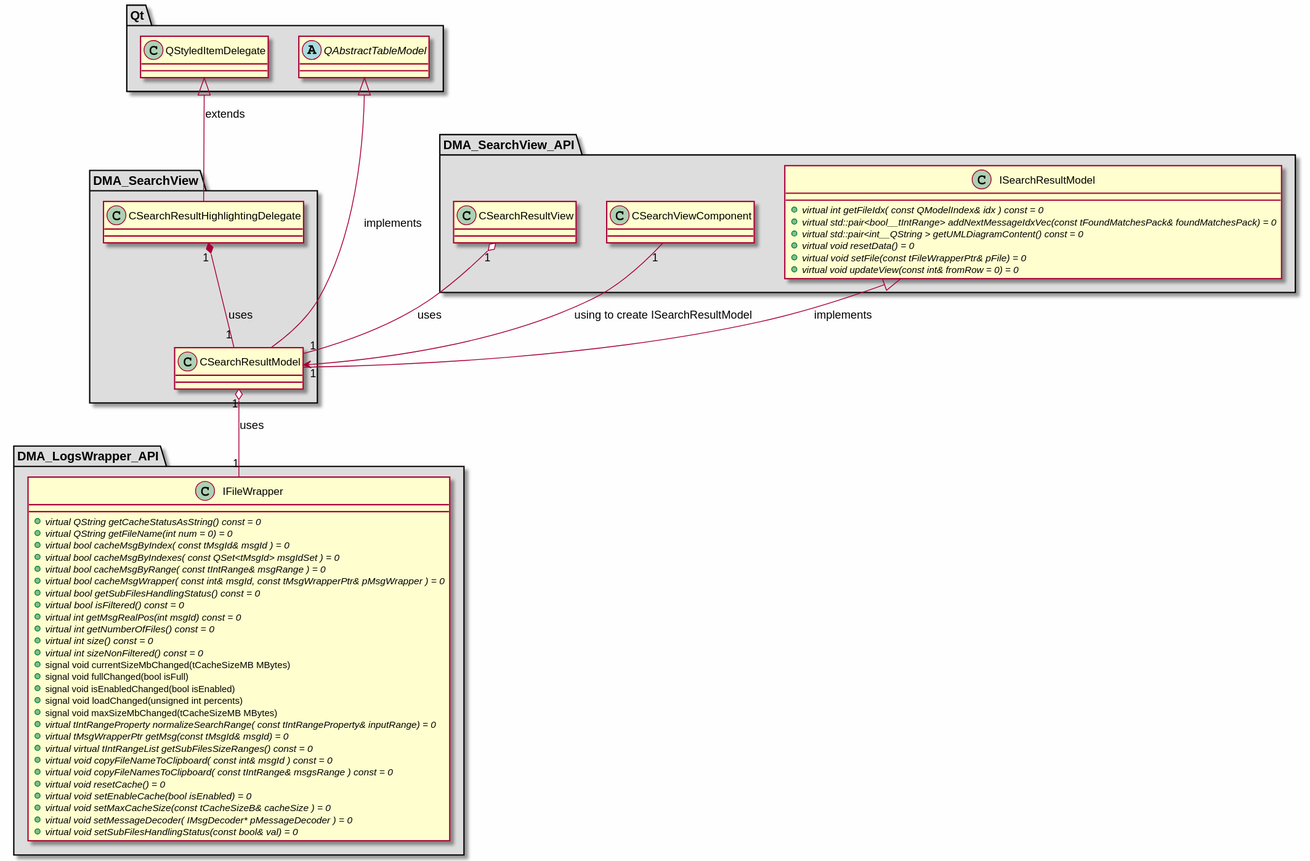
The PlantUML diagram md/dev_docs/puml/DMA_SearchView.svg in svlad-90/DLT-Message-Analyzer, before a commit.
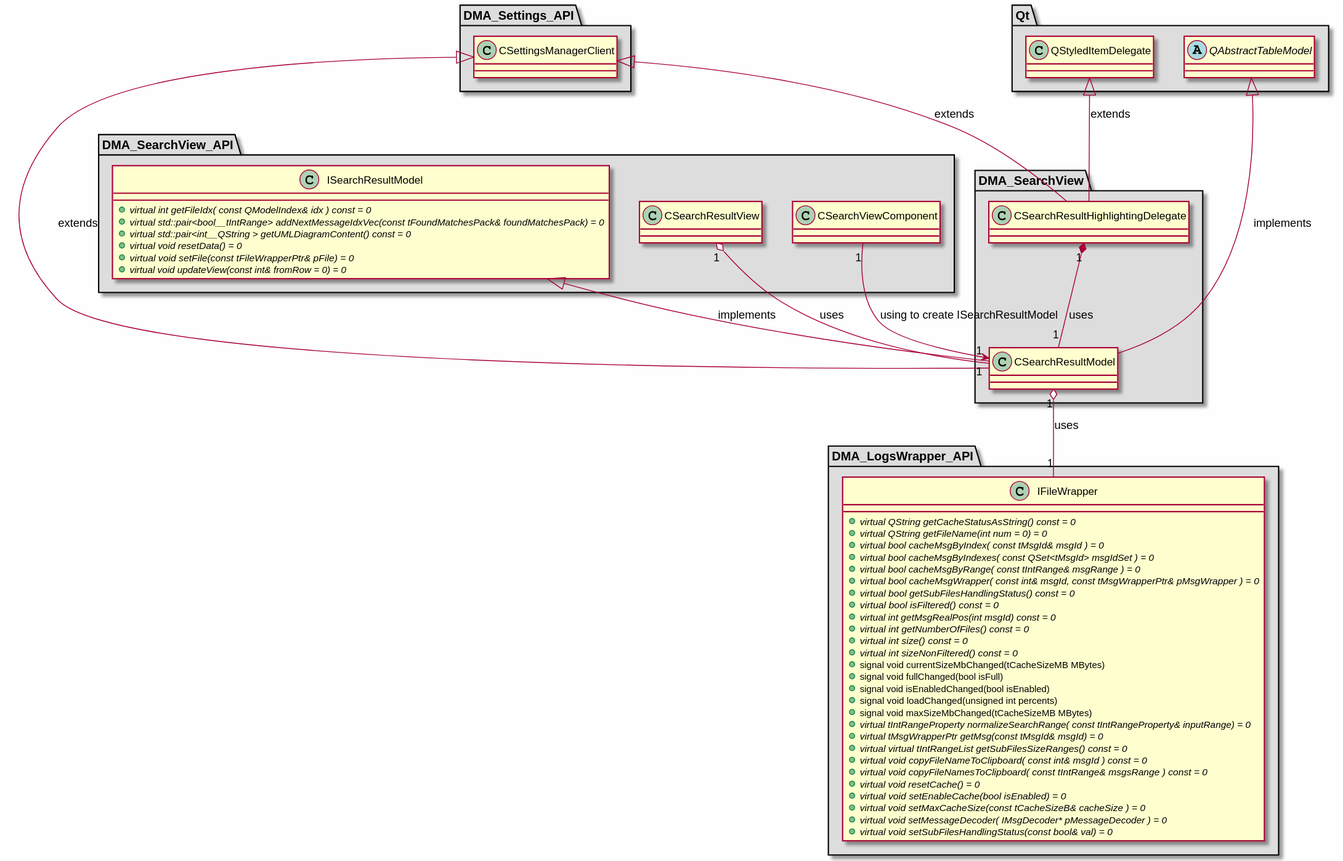
After the change.

What changed in the source:
```diff
@@ -74,6 +74,15 @@
 
 }
 
+package "DMA_Settings_API" #DDDDDD
+{
+
+class "CSettingsManagerClient"
+{
+}
+
+}
+
 package "Qt" #DDDDDD
 {
 
@@ -87,7 +96,9 @@
 
 }
 
+CSettingsManagerClient <|-- CSearchResultHighlightingDelegate : extends
 QStyledItemDelegate <|-- CSearchResultHighlightingDelegate : extends
+CSettingsManagerClient <|-- CSearchResultModel : extends
 ISearchResultModel <|-- CSearchResultModel : implements
 QAbstractTableModel <|-- CSearchResultModel : implements
 
```
